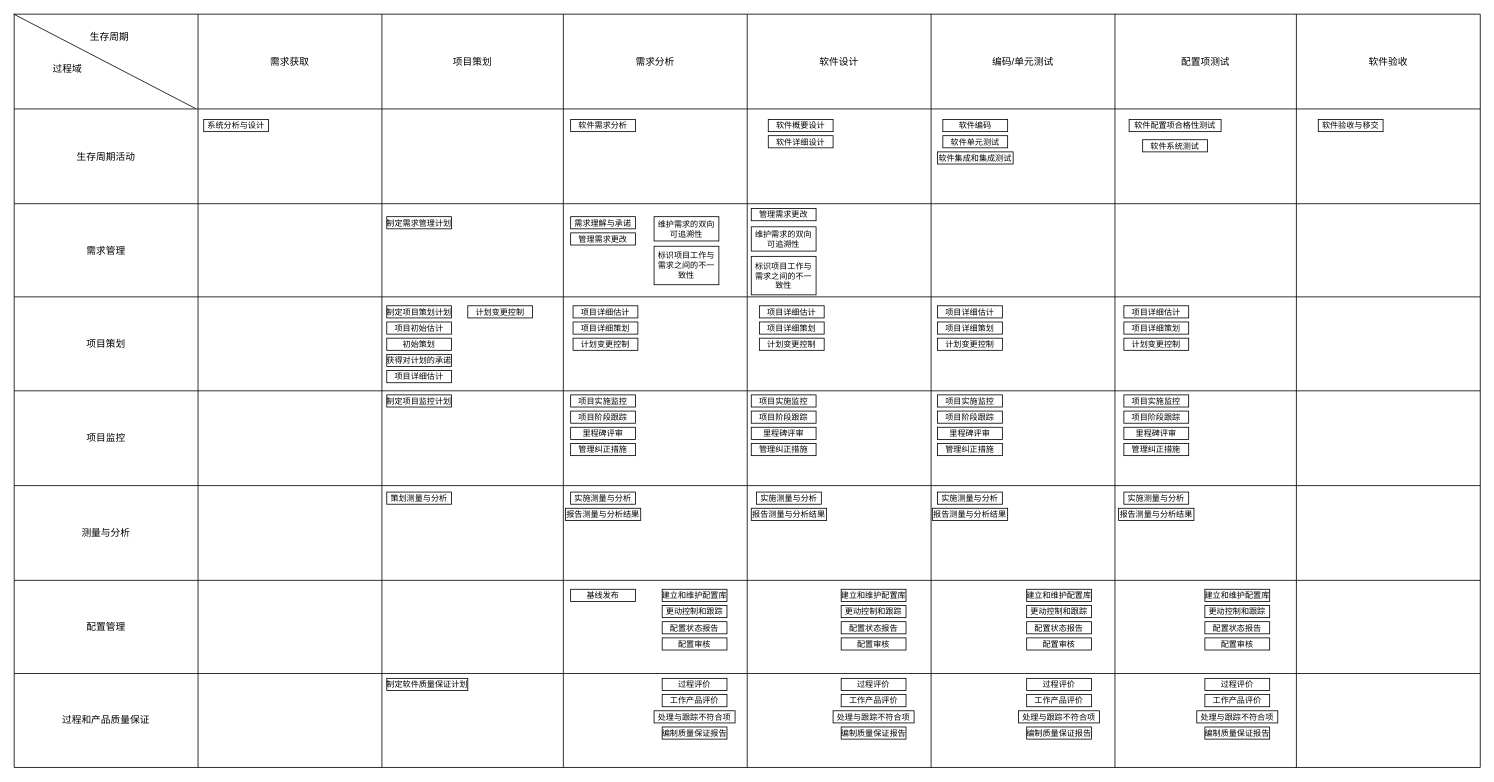
ColonelDarcy2018/excelsior keeps this draw.io diagram as 国军标5000A瀑布模型流程图（概要）.drawio. Above is the earlier version. Source tidied: cells renumbered, new cells numbered last; positions are measured from the earlier drawing's top-left corner, leaving out a move shared by most shapes. Both pictures are drawn from the tidied source at 81%, with x=0, y=0 at pixel (14, 14).
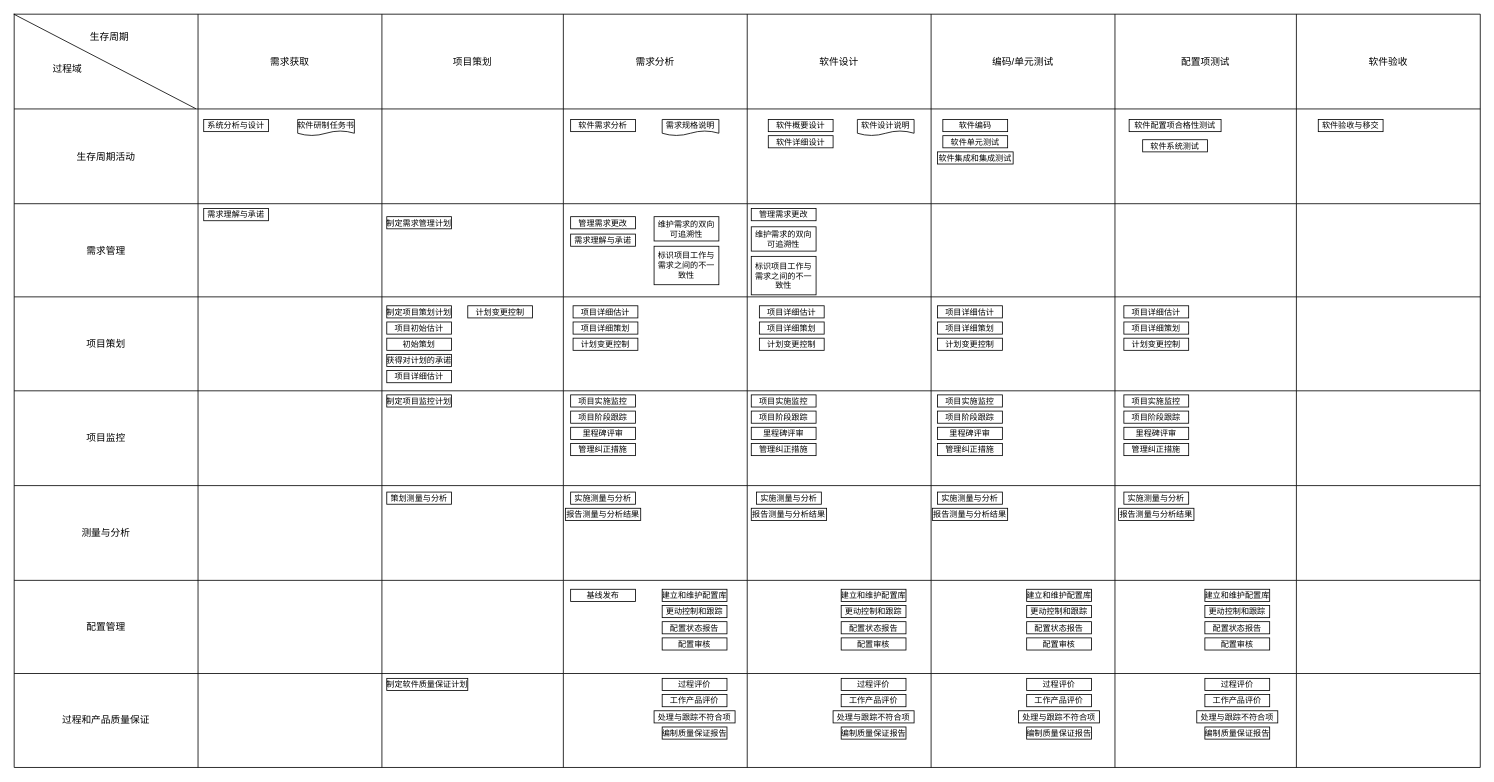
Above is the later version.

Commit message (it also covers changes not shown here):
Update 国军标5000A瀑布模型流程图（概要）.drawio

Unchanged cells that the change refers to:
```xml
<mxCell id="2" style="group;" parent="1" vertex="1">
  <mxGeometry width="1810" height="930" as="geometry" />
</mxCell>
```

What changed in the source:
```diff
@@
     <mxCell id="81" value="需求理解与承诺" style="rounded=0;fontSize=10;" parent="2" vertex="1">
-      <mxGeometry x="687" y="250" width="80" height="15" as="geometry" />
+      <mxGeometry x="687" y="271.5" width="80" height="15" as="geometry" />
     </mxCell>
@@
     <mxCell id="84" value="管理需求更改" style="rounded=0;fontSize=10;" parent="2" vertex="1">
-      <mxGeometry x="687" y="270" width="80" height="15" as="geometry" />
+      <mxGeometry x="687" y="250" width="80" height="15" as="geometry" />
     </mxCell>
@@
+    <mxCell id="176" value="需求理解与承诺" style="rounded=0;fontSize=10;" parent="2" vertex="1">
+      <mxGeometry x="234" y="240" width="80" height="15" as="geometry" />
+    </mxCell>
+    <mxCell id="177" value="软件研制任务书" style="shape=document;boundedLbl=1;fontSize=10;" parent="2" vertex="1">
+      <mxGeometry x="350" y="130" width="70" height="20" as="geometry" />
+    </mxCell>
+    <mxCell id="178" value="需求规格说明" style="shape=document;boundedLbl=1;fontSize=10;" parent="2" vertex="1">
+      <mxGeometry x="800" y="130" width="70" height="20" as="geometry" />
+    </mxCell>
+    <mxCell id="179" value="软件设计说明" style="shape=document;boundedLbl=1;fontSize=10;" parent="2" vertex="1">
+      <mxGeometry x="1041" y="130" width="70" height="20" as="geometry" />
+    </mxCell>
```
